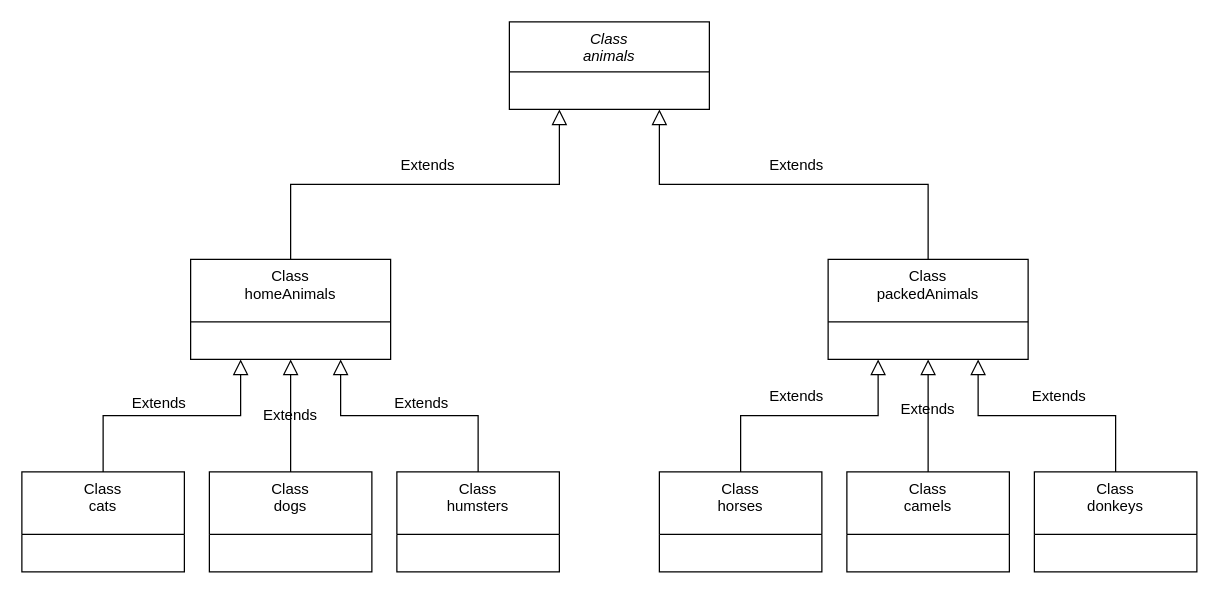
The draw.io diagram Class-diagram.drawio in ArChenKo/AnimalKennel, before the edit. Source tidied: cells renumbered, new cells numbered last; positions are measured from the earlier drawing's top-left corner, leaving out a move shared by most shapes. Both pictures are drawn from the tidied source at 125%, with x=0, y=0 at pixel (21, 21).
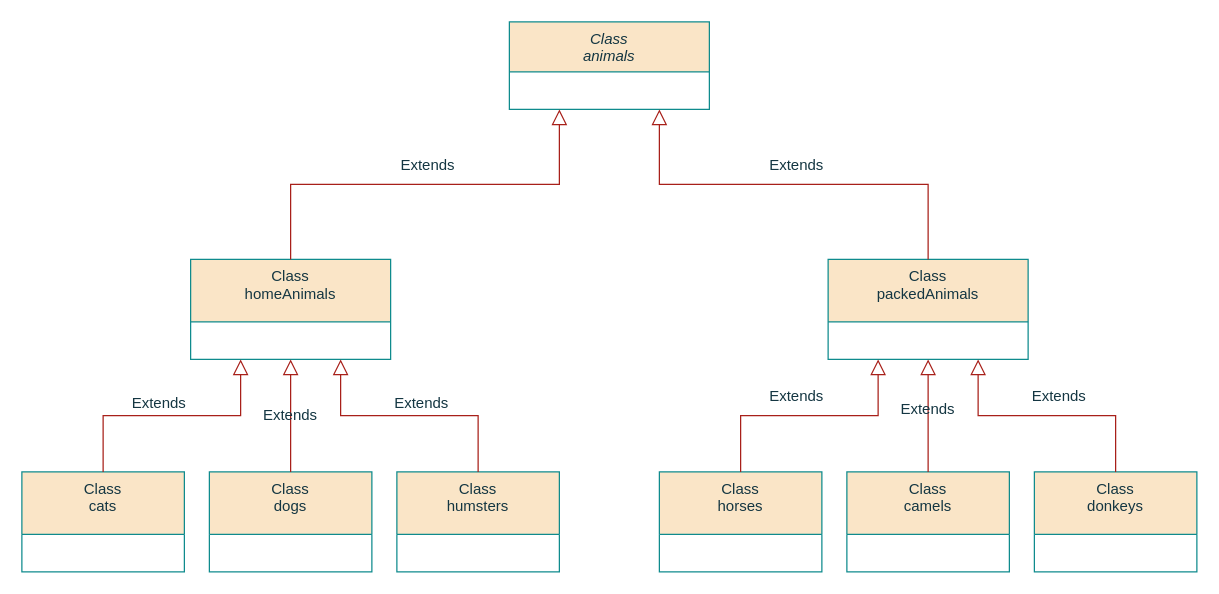
The same diagram, later.

What changed in the source:
```diff
@@
-    <mxCell id="2" value="Class&#10;animals" style="swimlane;fontStyle=2;align=center;verticalAlign=top;horizontal=1;startSize=40;rounded=0;shadow=0;strokeWidth=1;" parent="1" vertex="1">
+    <mxCell id="2" value="Class&#10;animals" style="swimlane;fontStyle=2;align=center;verticalAlign=top;horizontal=1;startSize=40;rounded=0;shadow=0;strokeWidth=1;labelBackgroundColor=none;fillColor=#FAE5C7;strokeColor=#0F8B8D;fontColor=#143642;" parent="1" vertex="1">
       <mxGeometry x="390" width="160" height="70" as="geometry" />
     </mxCell>
-    <mxCell id="3" value="Class&#10;homeAnimals" style="swimlane;fontStyle=0;align=center;verticalAlign=top;horizontal=1;startSize=50;rounded=0;shadow=0;strokeWidth=1;" parent="1" vertex="1">
+    <mxCell id="3" value="Class&#10;homeAnimals" style="swimlane;fontStyle=0;align=center;verticalAlign=top;horizontal=1;startSize=50;rounded=0;shadow=0;strokeWidth=1;labelBackgroundColor=none;fillColor=#FAE5C7;strokeColor=#0F8B8D;fontColor=#143642;" parent="1" vertex="1">
       <mxGeometry x="135" y="190" width="160" height="80" as="geometry" />
     </mxCell>
-    <mxCell id="4" style="endArrow=block;endSize=10;endFill=0;shadow=0;strokeWidth=1;rounded=0;edgeStyle=elbowEdgeStyle;elbow=vertical;entryX=0.25;entryY=1;entryDx=0;entryDy=0;" parent="1" edge="1" source="3" target="2">
+    <mxCell id="4" style="endArrow=block;endSize=10;endFill=0;shadow=0;strokeWidth=1;rounded=0;edgeStyle=elbowEdgeStyle;elbow=vertical;entryX=0.25;entryY=1;entryDx=0;entryDy=0;labelBackgroundColor=none;strokeColor=#A8201A;fontColor=default;" parent="1" edge="1" source="3" target="2">
       <mxGeometry relative="1" as="geometry" />
     </mxCell>
-    <mxCell id="5" value="Class&#10;packedAnimals&#10;" style="swimlane;fontStyle=0;align=center;verticalAlign=top;horizontal=1;startSize=50;rounded=0;shadow=0;strokeWidth=1;" parent="1" vertex="1">
+    <mxCell id="5" value="Class&#10;packedAnimals&#10;" style="swimlane;fontStyle=0;align=center;verticalAlign=top;horizontal=1;startSize=50;rounded=0;shadow=0;strokeWidth=1;labelBackgroundColor=none;fillColor=#FAE5C7;strokeColor=#0F8B8D;fontColor=#143642;" parent="1" vertex="1">
       <mxGeometry x="645" y="190" width="160" height="80" as="geometry" />
     </mxCell>
-    <mxCell id="6" style="endArrow=block;endSize=10;endFill=0;shadow=0;strokeWidth=1;rounded=0;edgeStyle=elbowEdgeStyle;elbow=vertical;entryX=0.75;entryY=1;entryDx=0;entryDy=0;" parent="1" edge="1" source="5" target="2">
+    <mxCell id="6" style="endArrow=block;endSize=10;endFill=0;shadow=0;strokeWidth=1;rounded=0;edgeStyle=elbowEdgeStyle;elbow=vertical;entryX=0.75;entryY=1;entryDx=0;entryDy=0;labelBackgroundColor=none;strokeColor=#A8201A;fontColor=default;" parent="1" edge="1" source="5" target="2">
       <mxGeometry relative="1" as="geometry" />
     </mxCell>
-    <mxCell id="7" value="Class&#10;cats" style="swimlane;fontStyle=0;align=center;verticalAlign=top;horizontal=1;startSize=50;rounded=0;shadow=0;strokeWidth=1;" parent="1" vertex="1">
+    <mxCell id="7" value="Class&#10;cats" style="swimlane;fontStyle=0;align=center;verticalAlign=top;horizontal=1;startSize=50;rounded=0;shadow=0;strokeWidth=1;labelBackgroundColor=none;fillColor=#FAE5C7;strokeColor=#0F8B8D;fontColor=#143642;" parent="1" vertex="1">
       <mxGeometry y="360" width="130" height="80" as="geometry" />
     </mxCell>
-    <mxCell id="8" style="endArrow=block;endSize=10;endFill=0;shadow=0;strokeWidth=1;rounded=0;edgeStyle=elbowEdgeStyle;elbow=vertical;exitX=0.5;exitY=0;exitDx=0;exitDy=0;entryX=0.25;entryY=1;entryDx=0;entryDy=0;" parent="1" edge="1" source="7" target="3">
+    <mxCell id="8" style="endArrow=block;endSize=10;endFill=0;shadow=0;strokeWidth=1;rounded=0;edgeStyle=elbowEdgeStyle;elbow=vertical;exitX=0.5;exitY=0;exitDx=0;exitDy=0;entryX=0.25;entryY=1;entryDx=0;entryDy=0;labelBackgroundColor=none;strokeColor=#A8201A;fontColor=default;" parent="1" edge="1" source="7" target="3">
       <mxGeometry relative="1" as="geometry" />
     </mxCell>
-    <mxCell id="9" value="Class&#10;dogs" style="swimlane;fontStyle=0;align=center;verticalAlign=top;horizontal=1;startSize=50;rounded=0;shadow=0;strokeWidth=1;" parent="1" vertex="1">
+    <mxCell id="9" value="Class&#10;dogs" style="swimlane;fontStyle=0;align=center;verticalAlign=top;horizontal=1;startSize=50;rounded=0;shadow=0;strokeWidth=1;labelBackgroundColor=none;fillColor=#FAE5C7;strokeColor=#0F8B8D;fontColor=#143642;" parent="1" vertex="1">
       <mxGeometry x="150" y="360" width="130" height="80" as="geometry" />
     </mxCell>
-    <mxCell id="10" value="Class&#10;humsters&#10;" style="swimlane;fontStyle=0;align=center;verticalAlign=top;horizontal=1;startSize=50;rounded=0;shadow=0;strokeWidth=1;" parent="1" vertex="1">
+    <mxCell id="10" value="Class&#10;humsters&#10;" style="swimlane;fontStyle=0;align=center;verticalAlign=top;horizontal=1;startSize=50;rounded=0;shadow=0;strokeWidth=1;labelBackgroundColor=none;fillColor=#FAE5C7;strokeColor=#0F8B8D;fontColor=#143642;" parent="1" vertex="1">
       <mxGeometry x="300" y="360" width="130" height="80" as="geometry" />
     </mxCell>
-    <mxCell id="11" value="Class&#10;horses&#10;" style="swimlane;fontStyle=0;align=center;verticalAlign=top;horizontal=1;startSize=50;rounded=0;shadow=0;strokeWidth=1;" parent="1" vertex="1">
+    <mxCell id="11" value="Class&#10;horses&#10;" style="swimlane;fontStyle=0;align=center;verticalAlign=top;horizontal=1;startSize=50;rounded=0;shadow=0;strokeWidth=1;labelBackgroundColor=none;fillColor=#FAE5C7;strokeColor=#0F8B8D;fontColor=#143642;" parent="1" vertex="1">
       <mxGeometry x="510" y="360" width="130" height="80" as="geometry" />
     </mxCell>
-    <mxCell id="12" value="Class&#10;camels&#10;" style="swimlane;fontStyle=0;align=center;verticalAlign=top;horizontal=1;startSize=50;rounded=0;shadow=0;strokeWidth=1;" parent="1" vertex="1">
+    <mxCell id="12" value="Class&#10;camels&#10;" style="swimlane;fontStyle=0;align=center;verticalAlign=top;horizontal=1;startSize=50;rounded=0;shadow=0;strokeWidth=1;labelBackgroundColor=none;fillColor=#FAE5C7;strokeColor=#0F8B8D;fontColor=#143642;" parent="1" vertex="1">
       <mxGeometry x="660" y="360" width="130" height="80" as="geometry" />
     </mxCell>
-    <mxCell id="13" value="Class&#10;donkeys&#10;" style="swimlane;fontStyle=0;align=center;verticalAlign=top;horizontal=1;startSize=50;rounded=0;shadow=0;strokeWidth=1;" parent="1" vertex="1">
+    <mxCell id="13" value="Class&#10;donkeys&#10;" style="swimlane;fontStyle=0;align=center;verticalAlign=top;horizontal=1;startSize=50;rounded=0;shadow=0;strokeWidth=1;labelBackgroundColor=none;fillColor=#FAE5C7;strokeColor=#0F8B8D;fontColor=#143642;" parent="1" vertex="1">
       <mxGeometry x="810" y="360" width="130" height="80" as="geometry" />
     </mxCell>
-    <mxCell id="14" style="endArrow=block;endSize=10;endFill=0;shadow=0;strokeWidth=1;rounded=0;edgeStyle=elbowEdgeStyle;elbow=vertical;exitX=0.5;exitY=0;exitDx=0;exitDy=0;entryX=0.5;entryY=1;entryDx=0;entryDy=0;" parent="1" edge="1" source="9" target="3">
+    <mxCell id="14" style="endArrow=block;endSize=10;endFill=0;shadow=0;strokeWidth=1;rounded=0;edgeStyle=elbowEdgeStyle;elbow=vertical;exitX=0.5;exitY=0;exitDx=0;exitDy=0;entryX=0.5;entryY=1;entryDx=0;entryDy=0;labelBackgroundColor=none;strokeColor=#A8201A;fontColor=default;" parent="1" edge="1" source="9" target="3">
       <mxGeometry relative="1" as="geometry" />
     </mxCell>
-    <mxCell id="15" style="endArrow=block;endSize=10;endFill=0;shadow=0;strokeWidth=1;rounded=0;edgeStyle=elbowEdgeStyle;elbow=vertical;exitX=0.5;exitY=0;exitDx=0;exitDy=0;entryX=0.75;entryY=1;entryDx=0;entryDy=0;" parent="1" edge="1" source="10" target="3">
+    <mxCell id="15" style="endArrow=block;endSize=10;endFill=0;shadow=0;strokeWidth=1;rounded=0;edgeStyle=elbowEdgeStyle;elbow=vertical;exitX=0.5;exitY=0;exitDx=0;exitDy=0;entryX=0.75;entryY=1;entryDx=0;entryDy=0;labelBackgroundColor=none;strokeColor=#A8201A;fontColor=default;" parent="1" edge="1" source="10" target="3">
       <mxGeometry relative="1" as="geometry" />
     </mxCell>
-    <mxCell id="16" style="endArrow=block;endSize=10;endFill=0;shadow=0;strokeWidth=1;rounded=0;edgeStyle=elbowEdgeStyle;elbow=vertical;exitX=0.5;exitY=0;exitDx=0;exitDy=0;entryX=0.25;entryY=1;entryDx=0;entryDy=0;" parent="1" edge="1" source="11" target="5">
+    <mxCell id="16" style="endArrow=block;endSize=10;endFill=0;shadow=0;strokeWidth=1;rounded=0;edgeStyle=elbowEdgeStyle;elbow=vertical;exitX=0.5;exitY=0;exitDx=0;exitDy=0;entryX=0.25;entryY=1;entryDx=0;entryDy=0;labelBackgroundColor=none;strokeColor=#A8201A;fontColor=default;" parent="1" edge="1" source="11" target="5">
       <mxGeometry relative="1" as="geometry" />
     </mxCell>
-    <mxCell id="17" style="endArrow=block;endSize=10;endFill=0;shadow=0;strokeWidth=1;rounded=0;edgeStyle=elbowEdgeStyle;elbow=vertical;exitX=0.5;exitY=0;exitDx=0;exitDy=0;entryX=0.5;entryY=1;entryDx=0;entryDy=0;" parent="1" edge="1" source="12" target="5">
+    <mxCell id="17" style="endArrow=block;endSize=10;endFill=0;shadow=0;strokeWidth=1;rounded=0;edgeStyle=elbowEdgeStyle;elbow=vertical;exitX=0.5;exitY=0;exitDx=0;exitDy=0;entryX=0.5;entryY=1;entryDx=0;entryDy=0;labelBackgroundColor=none;strokeColor=#A8201A;fontColor=default;" parent="1" edge="1" source="12" target="5">
       <mxGeometry relative="1" as="geometry" />
     </mxCell>
-    <mxCell id="18" style="endArrow=block;endSize=10;endFill=0;shadow=0;strokeWidth=1;rounded=0;edgeStyle=elbowEdgeStyle;elbow=vertical;exitX=0.5;exitY=0;exitDx=0;exitDy=0;entryX=0.75;entryY=1;entryDx=0;entryDy=0;" parent="1" edge="1" source="13" target="5">
+    <mxCell id="18" style="endArrow=block;endSize=10;endFill=0;shadow=0;strokeWidth=1;rounded=0;edgeStyle=elbowEdgeStyle;elbow=vertical;exitX=0.5;exitY=0;exitDx=0;exitDy=0;entryX=0.75;entryY=1;entryDx=0;entryDy=0;labelBackgroundColor=none;strokeColor=#A8201A;fontColor=default;" parent="1" edge="1" source="13" target="5">
       <mxGeometry relative="1" as="geometry" />
     </mxCell>
-    <mxCell id="19" value="Extends" style="text;html=1;strokeColor=none;fillColor=none;align=center;verticalAlign=middle;whiteSpace=wrap;rounded=0;" parent="1" vertex="1">
+    <mxCell id="19" value="Extends" style="text;html=1;strokeColor=none;fillColor=none;align=center;verticalAlign=middle;whiteSpace=wrap;rounded=0;labelBackgroundColor=none;fontColor=#143642;" parent="1" vertex="1">
       <mxGeometry x="80" y="290" width="60" height="30" as="geometry" />
     </mxCell>
-    <mxCell id="20" value="Extends" style="text;html=1;strokeColor=none;fillColor=none;align=center;verticalAlign=middle;whiteSpace=wrap;rounded=0;" parent="1" vertex="1">
+    <mxCell id="20" value="Extends" style="text;html=1;strokeColor=none;fillColor=none;align=center;verticalAlign=middle;whiteSpace=wrap;rounded=0;labelBackgroundColor=none;fontColor=#143642;" parent="1" vertex="1">
       <mxGeometry x="290" y="290" width="60" height="30" as="geometry" />
     </mxCell>
-    <mxCell id="21" value="Extends" style="text;html=1;strokeColor=none;fillColor=none;align=center;verticalAlign=middle;whiteSpace=wrap;rounded=0;" parent="1" vertex="1">
+    <mxCell id="21" value="Extends" style="text;html=1;strokeColor=none;fillColor=none;align=center;verticalAlign=middle;whiteSpace=wrap;rounded=0;labelBackgroundColor=none;fontColor=#143642;" parent="1" vertex="1">
       <mxGeometry x="185" y="300" width="60" height="30" as="geometry" />
     </mxCell>
-    <mxCell id="22" value="Extends" style="text;html=1;strokeColor=none;fillColor=none;align=center;verticalAlign=middle;whiteSpace=wrap;rounded=0;" parent="1" vertex="1">
+    <mxCell id="22" value="Extends" style="text;html=1;strokeColor=none;fillColor=none;align=center;verticalAlign=middle;whiteSpace=wrap;rounded=0;labelBackgroundColor=none;fontColor=#143642;" parent="1" vertex="1">
       <mxGeometry x="590" y="285" width="60" height="30" as="geometry" />
     </mxCell>
-    <mxCell id="23" value="Extends" style="text;html=1;strokeColor=none;fillColor=none;align=center;verticalAlign=middle;whiteSpace=wrap;rounded=0;" parent="1" vertex="1">
+    <mxCell id="23" value="Extends" style="text;html=1;strokeColor=none;fillColor=none;align=center;verticalAlign=middle;whiteSpace=wrap;rounded=0;labelBackgroundColor=none;fontColor=#143642;" parent="1" vertex="1">
       <mxGeometry x="800" y="285" width="60" height="30" as="geometry" />
     </mxCell>
-    <mxCell id="24" value="Extends" style="text;html=1;strokeColor=none;fillColor=none;align=center;verticalAlign=middle;whiteSpace=wrap;rounded=0;" parent="1" vertex="1">
+    <mxCell id="24" value="Extends" style="text;html=1;strokeColor=none;fillColor=none;align=center;verticalAlign=middle;whiteSpace=wrap;rounded=0;labelBackgroundColor=none;fontColor=#143642;" parent="1" vertex="1">
       <mxGeometry x="695" y="295" width="60" height="30" as="geometry" />
     </mxCell>
-    <mxCell id="25" value="Extends" style="text;html=1;strokeColor=none;fillColor=none;align=center;verticalAlign=middle;whiteSpace=wrap;rounded=0;" parent="1" vertex="1">
+    <mxCell id="25" value="Extends" style="text;html=1;strokeColor=none;fillColor=none;align=center;verticalAlign=middle;whiteSpace=wrap;rounded=0;labelBackgroundColor=none;fontColor=#143642;" parent="1" vertex="1">
       <mxGeometry x="295" y="100" width="60" height="30" as="geometry" />
     </mxCell>
-    <mxCell id="26" value="Extends" style="text;html=1;strokeColor=none;fillColor=none;align=center;verticalAlign=middle;whiteSpace=wrap;rounded=0;" parent="1" vertex="1">
+    <mxCell id="26" value="Extends" style="text;html=1;strokeColor=none;fillColor=none;align=center;verticalAlign=middle;whiteSpace=wrap;rounded=0;labelBackgroundColor=none;fontColor=#143642;" parent="1" vertex="1">
       <mxGeometry x="590" y="100" width="60" height="30" as="geometry" />
     </mxCell>
```
